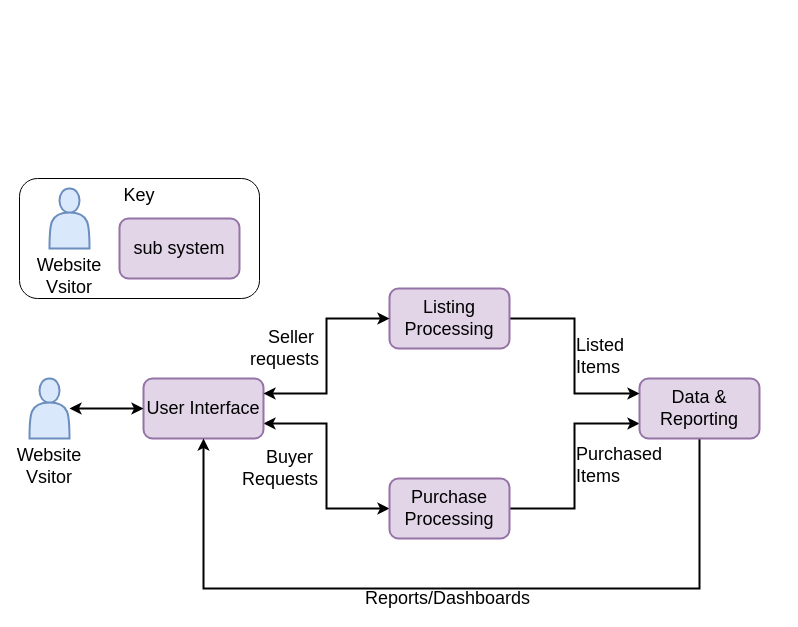
Above: sample-diagrams/diagrams/Top-level.drawio in judewood/system-diagrams-demo (draw.io), before the change. Source tidied: cells renumbered, new cells numbered last; positions are measured from the earlier drawing's top-left corner, leaving out a move shared by most shapes. Both pictures are drawn from the tidied source at 100%, with x=0, y=0 at pixel (19, 178).
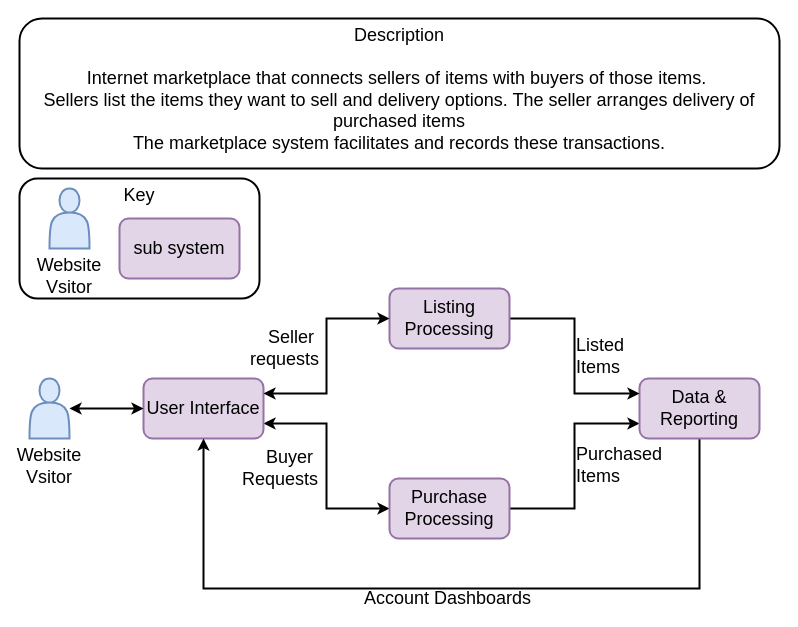
Above is the later version.

The change refers to these unchanged cells:
```xml
<mxCell id="3" value="User Interface" style="rounded=1;whiteSpace=wrap;html=1;fillColor=#e1d5e7;strokeColor=#9673a6;fontSize=18;strokeWidth=2;labelBackgroundColor=none;" parent="1" vertex="1">
  <mxGeometry x="124" y="200" width="120" height="60" as="geometry" />
</mxCell>
<mxCell id="7" value="&lt;div style=&quot;font-size: 18px;&quot;&gt;Data &amp;amp;&lt;/div&gt;Reporting" style="rounded=1;whiteSpace=wrap;html=1;fillColor=#e1d5e7;strokeColor=#9673a6;fontSize=18;strokeWidth=2;labelBackgroundColor=none;" parent="1" vertex="1">
  <mxGeometry x="620" y="200" width="120" height="60" as="geometry" />
</mxCell>
```

Change to the diagram source:
```diff
@@
-    <mxCell id="6" value="Reports/Dashboards" style="edgeStyle=orthogonalEdgeStyle;rounded=0;jettySize=auto;html=1;entryX=0.5;entryY=1;entryDx=0;entryDy=0;strokeWidth=2;fontSize=18;labelBackgroundColor=none;" parent="1" edge="1" source="7" target="3">
+    <mxCell id="6" value="Account Dashboards" style="edgeStyle=orthogonalEdgeStyle;rounded=0;jettySize=auto;html=1;entryX=0.5;entryY=1;entryDx=0;entryDy=0;strokeWidth=2;fontSize=18;labelBackgroundColor=none;" parent="1" edge="1" source="7" target="3">
       <mxGeometry x="0.01" y="10" relative="1" as="geometry">
         <Array as="points">
           <mxPoint x="680" y="410" />
           <mxPoint x="184" y="410" />
         </Array>
       </mxGeometry>
     </mxCell>
@@
-    <mxCell id="8" value="Key" style="rounded=1;whiteSpace=wrap;html=1;labelPosition=center;verticalLabelPosition=middle;align=center;verticalAlign=top;fontSize=18;labelBackgroundColor=none;" parent="1" vertex="1">
+    <mxCell id="8" value="Key" style="rounded=1;whiteSpace=wrap;html=1;labelPosition=center;verticalLabelPosition=middle;align=center;verticalAlign=top;fontSize=18;labelBackgroundColor=none;strokeWidth=2;" parent="1" vertex="1">
       <mxGeometry width="240" height="120" as="geometry" />
     </mxCell>
@@
+    <mxCell id="17" value="Description&lt;div&gt;&lt;br&gt;&lt;div&gt;&lt;div&gt;Internet marketplace that connects sellers of items with buyers of those items.&amp;nbsp;&lt;/div&gt;&lt;div&gt;Sellers list the items they want to sell and delivery options. The seller arranges delivery of purchased items&lt;/div&gt;&lt;div&gt;&amp;nbsp;The marketplace system facilitates and records these transactions.&amp;nbsp;&lt;/div&gt;&lt;/div&gt;&lt;/div&gt;&lt;div&gt;&lt;br&gt;&lt;/div&gt;" style="rounded=1;whiteSpace=wrap;html=1;labelPosition=center;verticalLabelPosition=middle;align=center;verticalAlign=top;fontSize=18;labelBackgroundColor=none;strokeWidth=2;" parent="1" vertex="1">
+      <mxGeometry y="-160" width="760" height="150" as="geometry" />
+    </mxCell>
```
